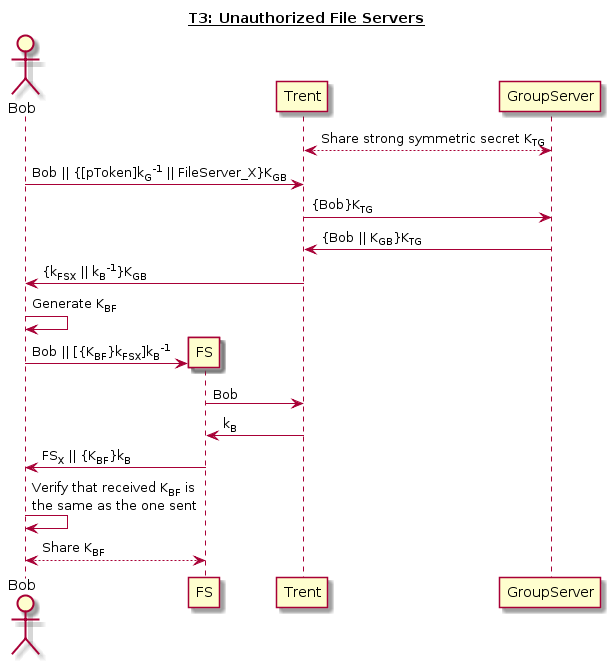
This is reports/img/T3.png from jondyer/cs1653-2017fa-jbd29-mar257-zds14, a PlantUML export, as it was before one commit.
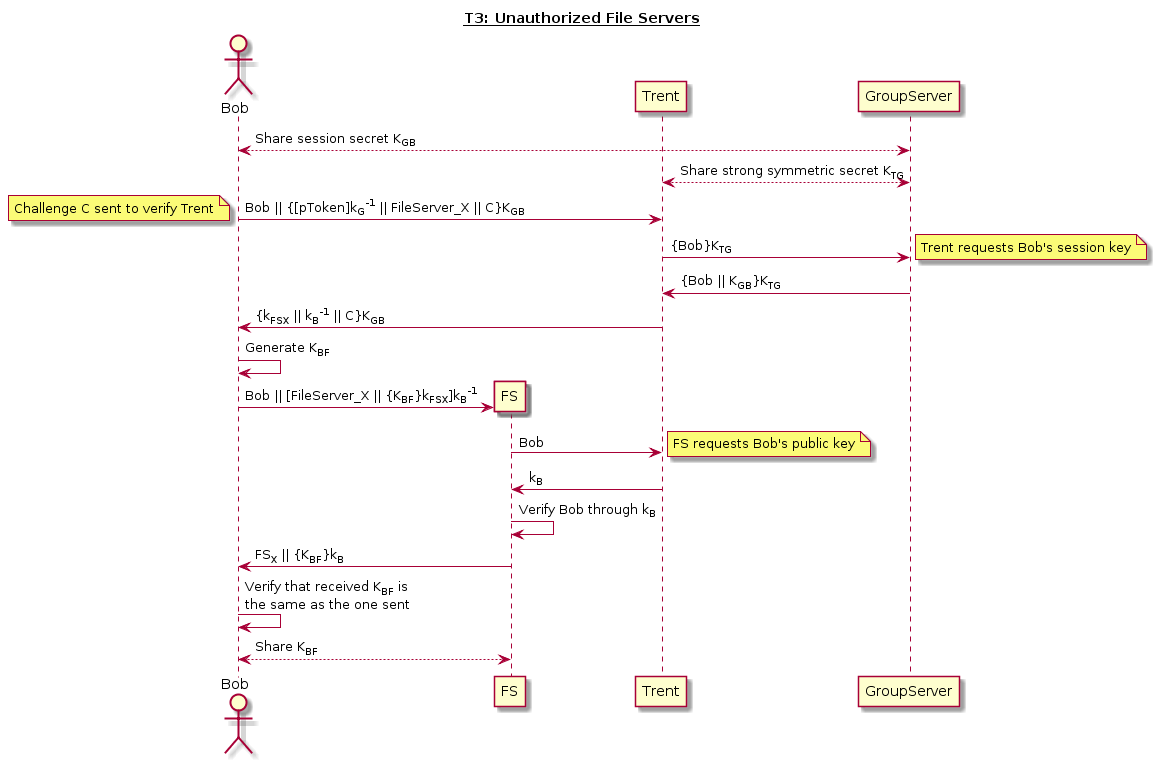
After the commit.

Commit message:
Added notes to diagrams

The edit, as a diff of the source:
```diff
@@ -5,17 +5,24 @@
 participant Trent
 participant GroupServer
 
+Bob <--> GroupServer: Share session secret K<sub>GB</sub>
 GroupServer <--> Trent: Share strong symmetric secret K<sub>TG</sub>
-Bob -> Trent: Bob || {[pToken]k<sub>G</sub><sup>-1</sup> || FileServer_X}K<sub>GB</sub>
+Bob -> Trent: Bob || {[pToken]k<sub>G</sub><sup>-1</sup> || FileServer_X || C}K<sub>GB</sub>
+note left: Challenge C sent to verify Trent
+
 Trent -> GroupServer: {Bob}K<sub>TG</sub>
+note right: Trent requests Bob's session key
 GroupServer -> Trent: {Bob || K<sub>GB</sub>}K<sub>TG</sub>
-Trent -> Bob: {k<sub>FSX</sub> || k<sub>B</sub><sup>-1</sup>}K<sub>GB</sub>
+Trent -> Bob: {k<sub>FSX</sub> || k<sub>B</sub><sup>-1</sup> || C}K<sub>GB</sub>
 
 Bob -> Bob: Generate K<sub>BF</sub>
 create FS
-Bob -> FS: Bob || [{K<sub>BF</sub>}k<sub>FSX</sub>]k<sub>B</sub><sup>-1</sup>
+Bob -> FS: Bob || [FileServer_X || {K<sub>BF</sub>}k<sub>FSX</sub>]k<sub>B</sub><sup>-1</sup>
 FS -> Trent: Bob
+note right: FS requests Bob's public key
 Trent -> FS: k<sub>B</sub>
+
+FS -> FS: Verify Bob through k<sub>B</sub>
 FS -> Bob: FS<sub>X</sub> || {K<sub>BF</sub>}k<sub>B</sub>
 Bob -> Bob: Verify that received K<sub>BF</sub> is \nthe same as the one sent
 
```
